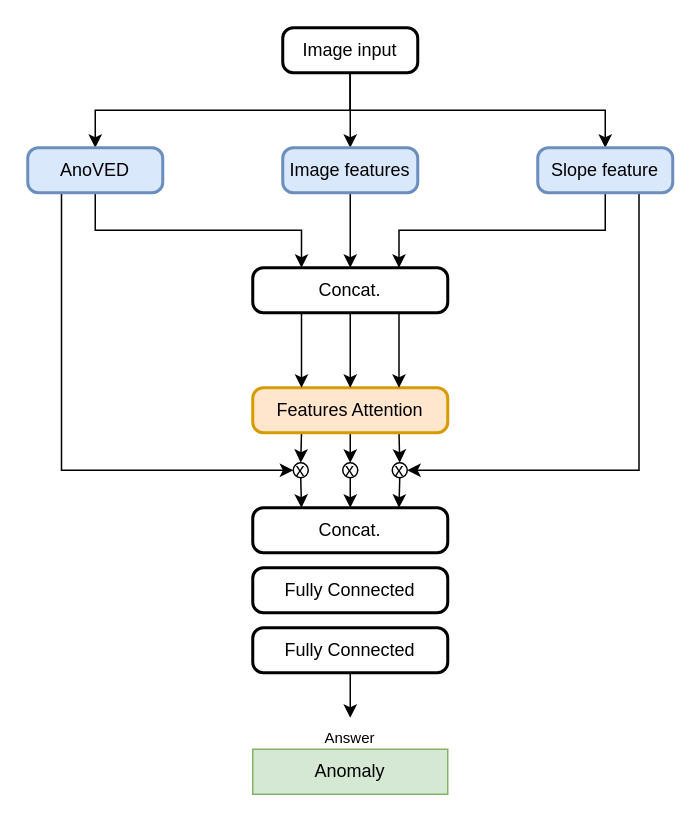
MingNarongthat/Anomaly_Transformers keeps this draw.io diagram as page "Anomaly detection combined" (7 of 7) of Architecture.drawio. Above is the earlier version. Source tidied: cells renumbered, new cells numbered last; positions are measured from the earlier drawing's top-left corner, leaving out a move shared by most shapes. Both pictures are drawn from the tidied source at 150%, with x=0, y=0 at pixel (27, 27).
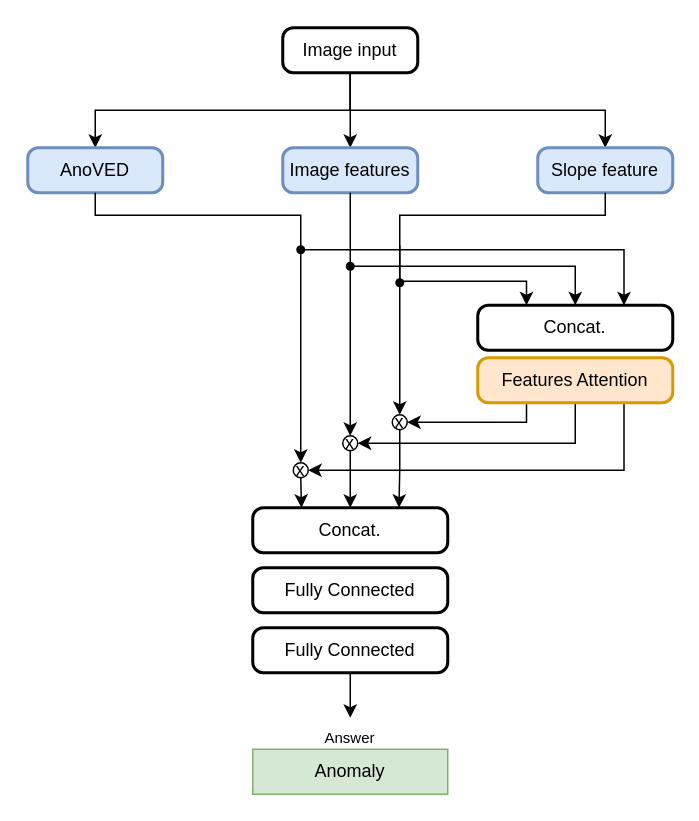
Above is the later version.

The change refers to these unchanged cells:
```xml
<mxCell id="8" value="AnoVED" style="rounded=1;whiteSpace=wrap;html=1;absoluteArcSize=1;arcSize=14;strokeWidth=2;fillColor=#dae8fc;strokeColor=#6c8ebf;" parent="1" vertex="1">
  <mxGeometry y="80" width="90" height="30" as="geometry" />
</mxCell>
<mxCell id="10" value="Image features" style="rounded=1;whiteSpace=wrap;html=1;absoluteArcSize=1;arcSize=14;strokeWidth=2;fillColor=#dae8fc;strokeColor=#6c8ebf;" parent="1" vertex="1">
  <mxGeometry x="170" y="80" width="90" height="30" as="geometry" />
</mxCell>
<mxCell id="13" value="Slope feature" style="rounded=1;whiteSpace=wrap;html=1;absoluteArcSize=1;arcSize=14;strokeWidth=2;fillColor=#dae8fc;strokeColor=#6c8ebf;" parent="1" vertex="1">
  <mxGeometry x="340" y="80" width="90" height="30" as="geometry" />
</mxCell>
<mxCell id="34" value="x" style="ellipse;whiteSpace=wrap;html=1;" parent="1" vertex="1">
  <mxGeometry x="177" y="290" width="10" height="10" as="geometry" />
</mxCell>
```

The edit, as a diff of the source:
```diff
@@
-    <mxCell id="6" style="edgeStyle=orthogonalEdgeStyle;rounded=0;jettySize=auto;html=1;exitX=0.5;exitY=1;exitDx=0;exitDy=0;entryX=0.25;entryY=0;entryDx=0;entryDy=0;" parent="1" edge="1" source="8" target="21">
-      <mxGeometry relative="1" as="geometry" />
-    </mxCell>
-    <mxCell id="7" style="edgeStyle=orthogonalEdgeStyle;rounded=0;jettySize=auto;html=1;exitX=0.25;exitY=1;exitDx=0;exitDy=0;entryX=0;entryY=0.5;entryDx=0;entryDy=0;" parent="1" edge="1" source="8" target="34">
-      <mxGeometry relative="1" as="geometry" />
-    </mxCell>
@@
-    <mxCell id="9" style="edgeStyle=orthogonalEdgeStyle;rounded=0;jettySize=auto;html=1;exitX=0.5;exitY=1;exitDx=0;exitDy=0;entryX=0.5;entryY=0;entryDx=0;entryDy=0;" parent="1" edge="1" source="10" target="21">
-      <mxGeometry relative="1" as="geometry" />
-    </mxCell>
+    <mxCell id="35" style="edgeStyle=orthogonalEdgeStyle;rounded=0;jettySize=auto;html=1;exitDx=0;exitDy=0;entryX=0.5;entryY=0;entryDx=0;entryDy=0;startArrow=none;" parent="1" edge="1" source="43" target="30">
+      <mxGeometry relative="1" as="geometry" />
+    </mxCell>
@@
-    <mxCell id="11" style="edgeStyle=orthogonalEdgeStyle;rounded=0;jettySize=auto;html=1;exitX=0.5;exitY=1;exitDx=0;exitDy=0;entryX=0.75;entryY=0;entryDx=0;entryDy=0;" parent="1" edge="1" source="13" target="21">
-      <mxGeometry relative="1" as="geometry" />
-    </mxCell>
-    <mxCell id="12" style="edgeStyle=orthogonalEdgeStyle;rounded=0;jettySize=auto;html=1;exitX=0.75;exitY=1;exitDx=0;exitDy=0;entryX=1;entryY=0.5;entryDx=0;entryDy=0;" parent="1" edge="1" source="13" target="32">
-      <mxGeometry relative="1" as="geometry" />
-    </mxCell>
+    <mxCell id="36" style="edgeStyle=orthogonalEdgeStyle;rounded=0;jettySize=auto;html=1;exitDx=0;exitDy=0;entryX=0.5;entryY=0;entryDx=0;entryDy=0;startArrow=none;" parent="1" edge="1" source="46" target="32">
+      <mxGeometry relative="1" as="geometry">
+        <Array as="points">
+          <mxPoint x="248" y="145" />
+        </Array>
+      </mxGeometry>
+    </mxCell>
@@
-    <mxCell id="14" style="edgeStyle=orthogonalEdgeStyle;rounded=0;jettySize=auto;html=1;exitX=0.25;exitY=1;exitDx=0;exitDy=0;entryX=0.5;entryY=0;entryDx=0;entryDy=0;" parent="1" edge="1" source="17" target="34">
+    <mxCell id="14" style="edgeStyle=orthogonalEdgeStyle;rounded=0;jettySize=auto;html=1;exitX=0.75;exitY=1;exitDx=0;exitDy=0;entryX=1;entryY=0.5;entryDx=0;entryDy=0;" parent="1" edge="1" source="17" target="34">
       <mxGeometry relative="1" as="geometry" />
     </mxCell>
+    <mxCell id="16" style="edgeStyle=orthogonalEdgeStyle;rounded=0;jettySize=auto;html=1;exitX=0.5;exitY=1;exitDx=0;exitDy=0;entryX=1;entryY=0.5;entryDx=0;entryDy=0;" parent="1" edge="1" source="17" target="30">
+      <mxGeometry relative="1" as="geometry" />
+    </mxCell>
-    <mxCell id="15" style="edgeStyle=orthogonalEdgeStyle;rounded=0;jettySize=auto;html=1;exitX=0.75;exitY=1;exitDx=0;exitDy=0;entryX=0.5;entryY=0;entryDx=0;entryDy=0;" parent="1" edge="1" source="17" target="32">
-      <mxGeometry relative="1" as="geometry" />
+    <mxCell id="15" style="edgeStyle=orthogonalEdgeStyle;rounded=0;jettySize=auto;html=1;exitX=0.25;exitY=1;exitDx=0;exitDy=0;entryX=1;entryY=0.5;entryDx=0;entryDy=0;" parent="1" edge="1" source="17" target="32">
+      <mxGeometry relative="1" as="geometry">
+        <Array as="points">
+          <mxPoint x="333" y="263" />
+        </Array>
+      </mxGeometry>
     </mxCell>
-    <mxCell id="16" style="edgeStyle=orthogonalEdgeStyle;rounded=0;jettySize=auto;html=1;exitX=0.5;exitY=1;exitDx=0;exitDy=0;entryX=0.5;entryY=0;entryDx=0;entryDy=0;" parent="1" edge="1" source="17" target="30">
-      <mxGeometry relative="1" as="geometry" />
-    </mxCell>
     <mxCell id="17" value="Features Attention" style="rounded=1;whiteSpace=wrap;html=1;absoluteArcSize=1;arcSize=14;strokeWidth=2;fillColor=#ffe6cc;strokeColor=#d79b00;" parent="1" vertex="1">
-      <mxGeometry x="150" y="240" width="130" height="30" as="geometry" />
+      <mxGeometry x="300" y="220" width="130" height="30" as="geometry" />
     </mxCell>
-    <mxCell id="18" style="edgeStyle=orthogonalEdgeStyle;rounded=0;jettySize=auto;html=1;exitX=0.5;exitY=1;exitDx=0;exitDy=0;entryX=0.5;entryY=0;entryDx=0;entryDy=0;" parent="1" edge="1" source="21" target="17">
-      <mxGeometry relative="1" as="geometry" />
-    </mxCell>
-    <mxCell id="19" style="edgeStyle=orthogonalEdgeStyle;rounded=0;jettySize=auto;html=1;exitX=0.25;exitY=1;exitDx=0;exitDy=0;entryX=0.25;entryY=0;entryDx=0;entryDy=0;" parent="1" edge="1" source="21" target="17">
-      <mxGeometry relative="1" as="geometry" />
-    </mxCell>
-    <mxCell id="20" style="edgeStyle=orthogonalEdgeStyle;rounded=0;jettySize=auto;html=1;exitX=0.75;exitY=1;exitDx=0;exitDy=0;entryX=0.75;entryY=0;entryDx=0;entryDy=0;" parent="1" edge="1" source="21" target="17">
-      <mxGeometry relative="1" as="geometry" />
-    </mxCell>
     <mxCell id="21" value="Concat." style="rounded=1;whiteSpace=wrap;html=1;absoluteArcSize=1;arcSize=14;strokeWidth=2;" parent="1" vertex="1">
-      <mxGeometry x="150" y="160" width="130" height="30" as="geometry" />
+      <mxGeometry x="300" y="185" width="130" height="30" as="geometry" />
     </mxCell>
@@
     <mxCell id="30" value="x" style="ellipse;whiteSpace=wrap;html=1;" parent="1" vertex="1">
-      <mxGeometry x="210" y="290" width="10" height="10" as="geometry" />
+      <mxGeometry x="210" y="272" width="10" height="10" as="geometry" />
     </mxCell>
@@
     <mxCell id="32" value="x" style="ellipse;whiteSpace=wrap;html=1;" parent="1" vertex="1">
-      <mxGeometry x="243" y="290" width="10" height="10" as="geometry" />
+      <mxGeometry x="243" y="258" width="10" height="10" as="geometry" />
     </mxCell>
@@
+    <mxCell id="37" style="edgeStyle=orthogonalEdgeStyle;rounded=0;jettySize=auto;html=1;exitX=0.5;exitY=1;exitDx=0;exitDy=0;entryDx=0;entryDy=0;endArrow=none;" parent="1" edge="1" source="8" target="40">
+      <mxGeometry relative="1" as="geometry">
+        <Array as="points">
+          <mxPoint x="45" y="125" />
+          <mxPoint x="182" y="125" />
+        </Array>
+      </mxGeometry>
+    </mxCell>
+    <mxCell id="38" style="edgeStyle=orthogonalEdgeStyle;rounded=0;jettySize=auto;html=1;" parent="1" edge="1" source="40" target="34">
+      <mxGeometry relative="1" as="geometry" />
+    </mxCell>
+    <mxCell id="39" style="edgeStyle=orthogonalEdgeStyle;rounded=0;jettySize=auto;html=1;entryX=0.75;entryY=0;entryDx=0;entryDy=0;" parent="1" edge="1" source="40" target="21">
+      <mxGeometry relative="1" as="geometry" />
+    </mxCell>
+    <mxCell id="40" style="shape=waypoint;sketch=0;fillStyle=solid;size=6;points=[];fillColor=none;perimeter=centerPerimeter;snapToPoint=1;" parent="1" vertex="1">
+      <mxGeometry x="172" y="138" width="20" height="20" as="geometry" />
+    </mxCell>
+    <mxCell id="41" style="edgeStyle=orthogonalEdgeStyle;rounded=0;jettySize=auto;html=1;exitX=0.5;exitY=1;exitDx=0;exitDy=0;entryDx=0;entryDy=0;endArrow=none;" parent="1" edge="1" source="10" target="43">
+      <mxGeometry relative="1" as="geometry" />
+    </mxCell>
+    <mxCell id="42" style="edgeStyle=orthogonalEdgeStyle;rounded=0;jettySize=auto;html=1;" parent="1" edge="1" source="43" target="21">
+      <mxGeometry relative="1" as="geometry" />
+    </mxCell>
+    <mxCell id="43" style="shape=waypoint;sketch=0;fillStyle=solid;size=6;points=[];fillColor=none;perimeter=centerPerimeter;snapToPoint=1;" parent="1" vertex="1">
+      <mxGeometry x="205" y="149" width="20" height="20" as="geometry" />
+    </mxCell>
+    <mxCell id="44" style="edgeStyle=orthogonalEdgeStyle;rounded=0;jettySize=auto;html=1;exitX=0.5;exitY=1;exitDx=0;exitDy=0;entryDx=0;entryDy=0;endArrow=none;" parent="1" edge="1" source="13" target="46">
+      <mxGeometry relative="1" as="geometry">
+        <Array as="points">
+          <mxPoint x="385" y="125" />
+          <mxPoint x="248" y="125" />
+        </Array>
+      </mxGeometry>
+    </mxCell>
+    <mxCell id="45" style="edgeStyle=orthogonalEdgeStyle;rounded=0;jettySize=auto;html=1;entryX=0.25;entryY=0;entryDx=0;entryDy=0;" parent="1" edge="1" target="21">
+      <mxGeometry relative="1" as="geometry">
+        <mxPoint x="248" y="169" as="sourcePoint" />
+        <Array as="points">
+          <mxPoint x="333" y="169" />
+        </Array>
+      </mxGeometry>
+    </mxCell>
+    <mxCell id="46" style="shape=waypoint;sketch=0;fillStyle=solid;size=6;points=[];fillColor=none;perimeter=centerPerimeter;snapToPoint=1;" parent="1" vertex="1">
+      <mxGeometry x="238" y="160" width="20" height="20" as="geometry" />
+    </mxCell>
```
